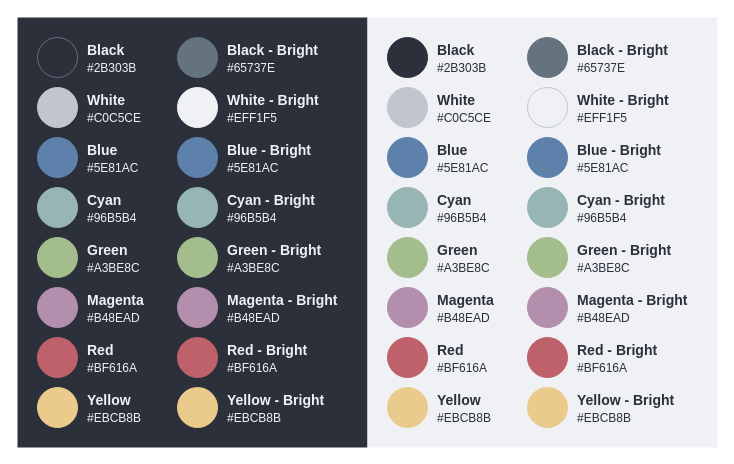
Before: _/base16.drawio in kieranpotts/ocean, a draw.io diagram. Source tidied: cells renumbered, new cells numbered last; positions are measured from the earlier drawing's top-left corner, leaving out a move shared by most shapes. Both pictures are drawn from the tidied source at 100%, with x=0, y=0 at pixel (17, 17).
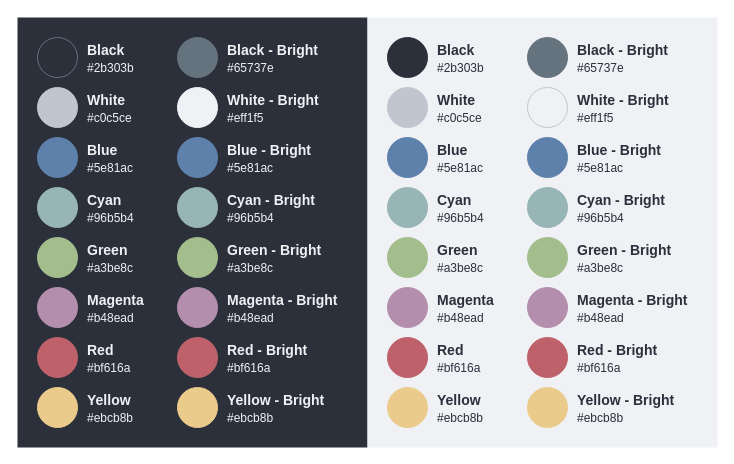
The same page after the edit.

The edit, as a diff of the source:
```diff
@@
-    <mxCell id="11" value="&lt;b&gt;Black&lt;/b&gt;&lt;br&gt;&lt;font style=&quot;font-size: 12px;&quot;&gt;#2B303B&lt;/font&gt;" style="text;html=1;strokeColor=none;fillColor=none;align=left;verticalAlign=top;whiteSpace=wrap;rounded=0;fontColor=#EFF1F5;spacing=0;fontSize=14;" parent="1" vertex="1">
+    <mxCell id="11" value="&lt;b&gt;Black&lt;/b&gt;&lt;br&gt;&lt;font style=&quot;font-size: 12px;&quot;&gt;#2b303b&lt;/font&gt;" style="text;html=1;strokeColor=none;fillColor=none;align=left;verticalAlign=top;whiteSpace=wrap;rounded=0;fontColor=#EFF1F5;spacing=0;fontSize=14;" parent="1" vertex="1">
       <mxGeometry x="70" y="20" width="90" height="40" as="geometry" />
     </mxCell>
-    <mxCell id="12" value="&lt;b&gt;Blue&lt;/b&gt;&lt;br&gt;&lt;font style=&quot;font-size: 12px;&quot;&gt;#5E81AC&lt;/font&gt;" style="text;html=1;strokeColor=none;fillColor=none;align=left;verticalAlign=top;whiteSpace=wrap;rounded=0;fontColor=#EFF1F5;spacing=0;fontSize=14;" parent="1" vertex="1">
+    <mxCell id="12" value="&lt;b&gt;Blue&lt;/b&gt;&lt;br&gt;&lt;font style=&quot;font-size: 12px;&quot;&gt;#5e81ac&lt;/font&gt;" style="text;html=1;strokeColor=none;fillColor=none;align=left;verticalAlign=top;whiteSpace=wrap;rounded=0;fontColor=#EFF1F5;spacing=0;fontSize=14;" parent="1" vertex="1">
       <mxGeometry x="70" y="120" width="90" height="40" as="geometry" />
     </mxCell>
-    <mxCell id="13" value="&lt;b&gt;Cyan&lt;/b&gt;&lt;br&gt;&lt;font style=&quot;font-size: 12px;&quot;&gt;#96B5B4&lt;/font&gt;" style="text;html=1;strokeColor=none;fillColor=none;align=left;verticalAlign=top;whiteSpace=wrap;rounded=0;fontColor=#EFF1F5;spacing=0;fontSize=14;" parent="1" vertex="1">
+    <mxCell id="13" value="&lt;b&gt;Cyan&lt;/b&gt;&lt;br&gt;&lt;font style=&quot;font-size: 12px;&quot;&gt;#96b5b4&lt;/font&gt;" style="text;html=1;strokeColor=none;fillColor=none;align=left;verticalAlign=top;whiteSpace=wrap;rounded=0;fontColor=#EFF1F5;spacing=0;fontSize=14;" parent="1" vertex="1">
       <mxGeometry x="70" y="170" width="90" height="40" as="geometry" />
     </mxCell>
-    <mxCell id="14" value="&lt;b&gt;Green&lt;/b&gt;&lt;br&gt;&lt;font style=&quot;font-size: 12px;&quot;&gt;#A3BE8C&lt;/font&gt;" style="text;html=1;strokeColor=none;fillColor=none;align=left;verticalAlign=top;whiteSpace=wrap;rounded=0;fontColor=#EFF1F5;spacing=0;fontSize=14;" parent="1" vertex="1">
+    <mxCell id="14" value="&lt;b&gt;Green&lt;/b&gt;&lt;br&gt;&lt;font style=&quot;font-size: 12px;&quot;&gt;#a3be8c&lt;/font&gt;" style="text;html=1;strokeColor=none;fillColor=none;align=left;verticalAlign=top;whiteSpace=wrap;rounded=0;fontColor=#EFF1F5;spacing=0;fontSize=14;" parent="1" vertex="1">
       <mxGeometry x="70" y="220" width="90" height="40" as="geometry" />
     </mxCell>
-    <mxCell id="15" value="&lt;b&gt;Magenta&lt;/b&gt;&lt;br&gt;&lt;font style=&quot;font-size: 12px;&quot;&gt;#B48EAD&lt;/font&gt;" style="text;html=1;strokeColor=none;fillColor=none;align=left;verticalAlign=top;whiteSpace=wrap;rounded=0;fontColor=#EFF1F5;spacing=0;fontSize=14;" parent="1" vertex="1">
+    <mxCell id="15" value="&lt;b&gt;Magenta&lt;/b&gt;&lt;br&gt;&lt;font style=&quot;font-size: 12px;&quot;&gt;#b48ead&lt;/font&gt;" style="text;html=1;strokeColor=none;fillColor=none;align=left;verticalAlign=top;whiteSpace=wrap;rounded=0;fontColor=#EFF1F5;spacing=0;fontSize=14;" parent="1" vertex="1">
       <mxGeometry x="70" y="270" width="90" height="40" as="geometry" />
     </mxCell>
-    <mxCell id="16" value="&lt;b&gt;Red&lt;/b&gt;&lt;br&gt;&lt;font style=&quot;font-size: 12px;&quot;&gt;#BF616A&lt;/font&gt;" style="text;html=1;strokeColor=none;fillColor=none;align=left;verticalAlign=top;whiteSpace=wrap;rounded=0;fontColor=#EFF1F5;spacing=0;fontSize=14;" parent="1" vertex="1">
+    <mxCell id="16" value="&lt;b&gt;Red&lt;/b&gt;&lt;br&gt;&lt;font style=&quot;font-size: 12px;&quot;&gt;#bf616a&lt;/font&gt;" style="text;html=1;strokeColor=none;fillColor=none;align=left;verticalAlign=top;whiteSpace=wrap;rounded=0;fontColor=#EFF1F5;spacing=0;fontSize=14;" parent="1" vertex="1">
       <mxGeometry x="70" y="320" width="90" height="40" as="geometry" />
     </mxCell>
-    <mxCell id="17" value="&lt;b&gt;White&lt;/b&gt;&lt;br&gt;&lt;font style=&quot;font-size: 12px;&quot;&gt;#C0C5CE&lt;/font&gt;" style="text;html=1;strokeColor=none;fillColor=none;align=left;verticalAlign=top;whiteSpace=wrap;rounded=0;fontColor=#EFF1F5;spacing=0;fontSize=14;" parent="1" vertex="1">
+    <mxCell id="17" value="&lt;b&gt;White&lt;/b&gt;&lt;br&gt;&lt;font style=&quot;font-size: 12px;&quot;&gt;#c0c5ce&lt;/font&gt;" style="text;html=1;strokeColor=none;fillColor=none;align=left;verticalAlign=top;whiteSpace=wrap;rounded=0;fontColor=#EFF1F5;spacing=0;fontSize=14;" parent="1" vertex="1">
       <mxGeometry x="70" y="70" width="90" height="40" as="geometry" />
     </mxCell>
-    <mxCell id="18" value="&lt;b&gt;Yellow&lt;/b&gt;&lt;br&gt;&lt;font style=&quot;font-size: 12px;&quot;&gt;#EBCB8B&lt;/font&gt;" style="text;html=1;strokeColor=none;fillColor=none;align=left;verticalAlign=top;whiteSpace=wrap;rounded=0;fontColor=#EFF1F5;spacing=0;fontSize=14;" parent="1" vertex="1">
+    <mxCell id="18" value="&lt;b&gt;Yellow&lt;/b&gt;&lt;br&gt;&lt;font style=&quot;font-size: 12px;&quot;&gt;#ebcb8b&lt;/font&gt;" style="text;html=1;strokeColor=none;fillColor=none;align=left;verticalAlign=top;whiteSpace=wrap;rounded=0;fontColor=#EFF1F5;spacing=0;fontSize=14;" parent="1" vertex="1">
       <mxGeometry x="70" y="370" width="90" height="40" as="geometry" />
     </mxCell>
@@
-    <mxCell id="27" value="&lt;b&gt;Black - Bright&lt;/b&gt;&lt;br&gt;&lt;font style=&quot;font-size: 12px;&quot;&gt;#65737E&lt;/font&gt;" style="text;html=1;strokeColor=none;fillColor=none;align=left;verticalAlign=top;whiteSpace=wrap;rounded=0;fontColor=#EFF1F5;spacing=0;fontSize=14;" parent="1" vertex="1">
+    <mxCell id="27" value="&lt;b&gt;Black - Bright&lt;/b&gt;&lt;br&gt;&lt;font style=&quot;font-size: 12px;&quot;&gt;#65737e&lt;/font&gt;" style="text;html=1;strokeColor=none;fillColor=none;align=left;verticalAlign=top;whiteSpace=wrap;rounded=0;fontColor=#EFF1F5;spacing=0;fontSize=14;" parent="1" vertex="1">
       <mxGeometry x="210" y="20" width="120" height="40" as="geometry" />
     </mxCell>
-    <mxCell id="28" value="&lt;b&gt;Blue - Bright&lt;/b&gt;&lt;br&gt;&lt;font style=&quot;font-size: 12px;&quot;&gt;#5E81AC&lt;/font&gt;" style="text;html=1;strokeColor=none;fillColor=none;align=left;verticalAlign=top;whiteSpace=wrap;rounded=0;fontColor=#EFF1F5;spacing=0;fontSize=14;" parent="1" vertex="1">
+    <mxCell id="28" value="&lt;b&gt;Blue - Bright&lt;/b&gt;&lt;br&gt;&lt;font style=&quot;font-size: 12px;&quot;&gt;#&lt;/font&gt;&lt;span style=&quot;font-size: 12px;&quot;&gt;5e81ac&lt;/span&gt;" style="text;html=1;strokeColor=none;fillColor=none;align=left;verticalAlign=top;whiteSpace=wrap;rounded=0;fontColor=#EFF1F5;spacing=0;fontSize=14;" parent="1" vertex="1">
       <mxGeometry x="210" y="120" width="120" height="40" as="geometry" />
     </mxCell>
-    <mxCell id="29" value="&lt;b&gt;Cyan - Bright&lt;/b&gt;&lt;br&gt;&lt;font style=&quot;font-size: 12px;&quot;&gt;#96B5B4&lt;/font&gt;" style="text;html=1;strokeColor=none;fillColor=none;align=left;verticalAlign=top;whiteSpace=wrap;rounded=0;fontColor=#EFF1F5;spacing=0;fontSize=14;" parent="1" vertex="1">
+    <mxCell id="29" value="&lt;b&gt;Cyan - Bright&lt;/b&gt;&lt;br&gt;&lt;font style=&quot;font-size: 12px;&quot;&gt;#&lt;/font&gt;&lt;span style=&quot;font-size: 12px;&quot;&gt;96b5b4&lt;/span&gt;" style="text;html=1;strokeColor=none;fillColor=none;align=left;verticalAlign=top;whiteSpace=wrap;rounded=0;fontColor=#EFF1F5;spacing=0;fontSize=14;" parent="1" vertex="1">
       <mxGeometry x="210" y="170" width="120" height="40" as="geometry" />
     </mxCell>
-    <mxCell id="30" value="&lt;b&gt;Green - Bright&lt;/b&gt;&lt;br&gt;&lt;font style=&quot;font-size: 12px;&quot;&gt;#A3BE8C&lt;/font&gt;" style="text;html=1;strokeColor=none;fillColor=none;align=left;verticalAlign=top;whiteSpace=wrap;rounded=0;fontColor=#EFF1F5;spacing=0;fontSize=14;" parent="1" vertex="1">
+    <mxCell id="30" value="&lt;b&gt;Green - Bright&lt;/b&gt;&lt;br&gt;&lt;font style=&quot;font-size: 12px;&quot;&gt;#&lt;/font&gt;&lt;span style=&quot;font-size: 12px;&quot;&gt;a3be8c&lt;/span&gt;" style="text;html=1;strokeColor=none;fillColor=none;align=left;verticalAlign=top;whiteSpace=wrap;rounded=0;fontColor=#EFF1F5;spacing=0;fontSize=14;" parent="1" vertex="1">
       <mxGeometry x="210" y="220" width="120" height="40" as="geometry" />
     </mxCell>
-    <mxCell id="31" value="&lt;b&gt;Magenta - Bright&lt;/b&gt;&lt;br&gt;&lt;font style=&quot;font-size: 12px;&quot;&gt;#B48EAD&lt;/font&gt;" style="text;html=1;strokeColor=none;fillColor=none;align=left;verticalAlign=top;whiteSpace=wrap;rounded=0;fontColor=#EFF1F5;spacing=0;fontSize=14;" parent="1" vertex="1">
+    <mxCell id="31" value="&lt;b&gt;Magenta - Bright&lt;/b&gt;&lt;br&gt;&lt;font style=&quot;font-size: 12px;&quot;&gt;#&lt;/font&gt;&lt;span style=&quot;font-size: 12px;&quot;&gt;b48ead&lt;/span&gt;" style="text;html=1;strokeColor=none;fillColor=none;align=left;verticalAlign=top;whiteSpace=wrap;rounded=0;fontColor=#EFF1F5;spacing=0;fontSize=14;" parent="1" vertex="1">
       <mxGeometry x="210" y="270" width="120" height="40" as="geometry" />
     </mxCell>
-    <mxCell id="32" value="&lt;b&gt;Red - Bright&lt;/b&gt;&lt;br&gt;&lt;font style=&quot;font-size: 12px;&quot;&gt;#BF616A&lt;/font&gt;" style="text;html=1;strokeColor=none;fillColor=none;align=left;verticalAlign=top;whiteSpace=wrap;rounded=0;fontColor=#EFF1F5;spacing=0;fontSize=14;" parent="1" vertex="1">
+    <mxCell id="32" value="&lt;b&gt;Red - Bright&lt;/b&gt;&lt;br&gt;&lt;font style=&quot;font-size: 12px;&quot;&gt;#&lt;/font&gt;&lt;span style=&quot;font-size: 12px;&quot;&gt;bf616a&lt;/span&gt;" style="text;html=1;strokeColor=none;fillColor=none;align=left;verticalAlign=top;whiteSpace=wrap;rounded=0;fontColor=#EFF1F5;spacing=0;fontSize=14;" parent="1" vertex="1">
       <mxGeometry x="210" y="320" width="120" height="40" as="geometry" />
     </mxCell>
-    <mxCell id="33" value="&lt;b&gt;White - Bright&lt;/b&gt;&lt;br&gt;&lt;font style=&quot;font-size: 12px;&quot;&gt;#EFF1F5&lt;/font&gt;" style="text;html=1;strokeColor=none;fillColor=none;align=left;verticalAlign=top;whiteSpace=wrap;rounded=0;fontColor=#EFF1F5;spacing=0;fontSize=14;" parent="1" vertex="1">
+    <mxCell id="33" value="&lt;b&gt;White - Bright&lt;/b&gt;&lt;br&gt;&lt;font style=&quot;font-size: 12px;&quot;&gt;#eff1f5&lt;/font&gt;" style="text;html=1;strokeColor=none;fillColor=none;align=left;verticalAlign=top;whiteSpace=wrap;rounded=0;fontColor=#EFF1F5;spacing=0;fontSize=14;" parent="1" vertex="1">
       <mxGeometry x="210" y="70" width="120" height="40" as="geometry" />
     </mxCell>
-    <mxCell id="34" value="&lt;b&gt;Yellow - Bright&lt;/b&gt;&lt;br&gt;&lt;font style=&quot;font-size: 12px;&quot;&gt;#EBCB8B&lt;/font&gt;" style="text;html=1;strokeColor=none;fillColor=none;align=left;verticalAlign=top;whiteSpace=wrap;rounded=0;fontColor=#EFF1F5;spacing=0;fontSize=14;" parent="1" vertex="1">
+    <mxCell id="34" value="&lt;b&gt;Yellow - Bright&lt;/b&gt;&lt;br&gt;&lt;font style=&quot;font-size: 12px;&quot;&gt;#&lt;/font&gt;&lt;span style=&quot;font-size: 12px;&quot;&gt;ebcb8b&lt;/span&gt;" style="text;html=1;strokeColor=none;fillColor=none;align=left;verticalAlign=top;whiteSpace=wrap;rounded=0;fontColor=#EFF1F5;spacing=0;fontSize=14;" parent="1" vertex="1">
       <mxGeometry x="210" y="370" width="120" height="40" as="geometry" />
     </mxCell>
@@
-    <mxCell id="44" value="&lt;b&gt;Black&lt;/b&gt;&lt;br&gt;&lt;font style=&quot;font-size: 12px;&quot;&gt;#2B303B&lt;/font&gt;" style="text;html=1;strokeColor=none;fillColor=none;align=left;verticalAlign=top;whiteSpace=wrap;rounded=0;fontColor=#2B303B;spacing=0;fontSize=14;" parent="1" vertex="1">
+    <mxCell id="44" value="&lt;b&gt;Black&lt;/b&gt;&lt;br&gt;&lt;font style=&quot;font-size: 12px;&quot;&gt;#2b303b&lt;/font&gt;" style="text;html=1;strokeColor=none;fillColor=none;align=left;verticalAlign=top;whiteSpace=wrap;rounded=0;fontColor=#2B303B;spacing=0;fontSize=14;" parent="1" vertex="1">
       <mxGeometry x="420" y="20" width="90" height="40" as="geometry" />
     </mxCell>
-    <mxCell id="45" value="&lt;b&gt;Blue&lt;/b&gt;&lt;br&gt;&lt;font style=&quot;font-size: 12px;&quot;&gt;#5E81AC&lt;/font&gt;" style="text;html=1;strokeColor=none;fillColor=none;align=left;verticalAlign=top;whiteSpace=wrap;rounded=0;fontColor=#2B303B;spacing=0;fontSize=14;" parent="1" vertex="1">
+    <mxCell id="45" value="&lt;b&gt;Blue&lt;/b&gt;&lt;br&gt;&lt;font style=&quot;font-size: 12px;&quot;&gt;#5e81ac&lt;/font&gt;" style="text;html=1;strokeColor=none;fillColor=none;align=left;verticalAlign=top;whiteSpace=wrap;rounded=0;fontColor=#2B303B;spacing=0;fontSize=14;" parent="1" vertex="1">
       <mxGeometry x="420" y="120" width="90" height="40" as="geometry" />
     </mxCell>
-    <mxCell id="46" value="&lt;b&gt;Cyan&lt;/b&gt;&lt;br&gt;&lt;font style=&quot;font-size: 12px;&quot;&gt;#96B5B4&lt;/font&gt;" style="text;html=1;strokeColor=none;fillColor=none;align=left;verticalAlign=top;whiteSpace=wrap;rounded=0;fontColor=#2B303B;spacing=0;fontSize=14;" parent="1" vertex="1">
+    <mxCell id="46" value="&lt;b&gt;Cyan&lt;/b&gt;&lt;br&gt;&lt;font style=&quot;font-size: 12px;&quot;&gt;#96b5b4&lt;/font&gt;" style="text;html=1;strokeColor=none;fillColor=none;align=left;verticalAlign=top;whiteSpace=wrap;rounded=0;fontColor=#2B303B;spacing=0;fontSize=14;" parent="1" vertex="1">
       <mxGeometry x="420" y="170" width="90" height="40" as="geometry" />
     </mxCell>
-    <mxCell id="47" value="&lt;b&gt;Green&lt;/b&gt;&lt;br&gt;&lt;font style=&quot;font-size: 12px;&quot;&gt;#A3BE8C&lt;/font&gt;" style="text;html=1;strokeColor=none;fillColor=none;align=left;verticalAlign=top;whiteSpace=wrap;rounded=0;fontColor=#2B303B;spacing=0;fontSize=14;" parent="1" vertex="1">
+    <mxCell id="47" value="&lt;b&gt;Green&lt;/b&gt;&lt;br&gt;&lt;font style=&quot;font-size: 12px;&quot;&gt;#a3be8c&lt;/font&gt;" style="text;html=1;strokeColor=none;fillColor=none;align=left;verticalAlign=top;whiteSpace=wrap;rounded=0;fontColor=#2B303B;spacing=0;fontSize=14;" parent="1" vertex="1">
       <mxGeometry x="420" y="220" width="90" height="40" as="geometry" />
     </mxCell>
-    <mxCell id="48" value="&lt;b&gt;Magenta&lt;/b&gt;&lt;br&gt;&lt;font style=&quot;font-size: 12px;&quot;&gt;#B48EAD&lt;/font&gt;" style="text;html=1;strokeColor=none;fillColor=none;align=left;verticalAlign=top;whiteSpace=wrap;rounded=0;fontColor=#2B303B;spacing=0;fontSize=14;" parent="1" vertex="1">
+    <mxCell id="48" value="&lt;b&gt;Magenta&lt;/b&gt;&lt;br&gt;&lt;font style=&quot;font-size: 12px;&quot;&gt;#b48ead&lt;/font&gt;" style="text;html=1;strokeColor=none;fillColor=none;align=left;verticalAlign=top;whiteSpace=wrap;rounded=0;fontColor=#2B303B;spacing=0;fontSize=14;" parent="1" vertex="1">
       <mxGeometry x="420" y="270" width="90" height="40" as="geometry" />
     </mxCell>
-    <mxCell id="49" value="&lt;b&gt;Red&lt;/b&gt;&lt;br&gt;&lt;font style=&quot;font-size: 12px;&quot;&gt;#BF616A&lt;/font&gt;" style="text;html=1;strokeColor=none;fillColor=none;align=left;verticalAlign=top;whiteSpace=wrap;rounded=0;fontColor=#2B303B;spacing=0;fontSize=14;" parent="1" vertex="1">
+    <mxCell id="49" value="&lt;b&gt;Red&lt;/b&gt;&lt;br&gt;&lt;font style=&quot;font-size: 12px;&quot;&gt;#bf616a&lt;/font&gt;" style="text;html=1;strokeColor=none;fillColor=none;align=left;verticalAlign=top;whiteSpace=wrap;rounded=0;fontColor=#2B303B;spacing=0;fontSize=14;" parent="1" vertex="1">
       <mxGeometry x="420" y="320" width="90" height="40" as="geometry" />
     </mxCell>
-    <mxCell id="50" value="&lt;b&gt;White&lt;/b&gt;&lt;br&gt;&lt;font style=&quot;font-size: 12px;&quot;&gt;#C0C5CE&lt;/font&gt;" style="text;html=1;strokeColor=none;fillColor=none;align=left;verticalAlign=top;whiteSpace=wrap;rounded=0;fontColor=#2B303B;spacing=0;fontSize=14;" parent="1" vertex="1">
+    <mxCell id="50" value="&lt;b&gt;White&lt;/b&gt;&lt;br&gt;&lt;font style=&quot;font-size: 12px;&quot;&gt;#c0c5ce&lt;/font&gt;" style="text;html=1;strokeColor=none;fillColor=none;align=left;verticalAlign=top;whiteSpace=wrap;rounded=0;fontColor=#2B303B;spacing=0;fontSize=14;" parent="1" vertex="1">
       <mxGeometry x="420" y="70" width="90" height="40" as="geometry" />
     </mxCell>
-    <mxCell id="51" value="&lt;b&gt;Yellow&lt;/b&gt;&lt;br&gt;&lt;font style=&quot;font-size: 12px;&quot;&gt;#EBCB8B&lt;/font&gt;" style="text;html=1;strokeColor=none;fillColor=none;align=left;verticalAlign=top;whiteSpace=wrap;rounded=0;fontColor=#2B303B;spacing=0;fontSize=14;" parent="1" vertex="1">
+    <mxCell id="51" value="&lt;b&gt;Yellow&lt;/b&gt;&lt;br&gt;&lt;font style=&quot;font-size: 12px;&quot;&gt;#ebcb8b&lt;/font&gt;" style="text;html=1;strokeColor=none;fillColor=none;align=left;verticalAlign=top;whiteSpace=wrap;rounded=0;fontColor=#2B303B;spacing=0;fontSize=14;" parent="1" vertex="1">
       <mxGeometry x="420" y="370" width="90" height="40" as="geometry" />
     </mxCell>
@@
-    <mxCell id="60" value="&lt;b&gt;Black - Bright&lt;/b&gt;&lt;br&gt;&lt;font style=&quot;font-size: 12px;&quot;&gt;#65737E&lt;/font&gt;" style="text;html=1;strokeColor=none;fillColor=none;align=left;verticalAlign=top;whiteSpace=wrap;rounded=0;fontColor=#2B303B;spacing=0;fontSize=14;" parent="1" vertex="1">
+    <mxCell id="60" value="&lt;b&gt;Black - Bright&lt;/b&gt;&lt;br&gt;&lt;font style=&quot;font-size: 12px;&quot;&gt;#65737e&lt;/font&gt;" style="text;html=1;strokeColor=none;fillColor=none;align=left;verticalAlign=top;whiteSpace=wrap;rounded=0;fontColor=#2B303B;spacing=0;fontSize=14;" parent="1" vertex="1">
       <mxGeometry x="560" y="20" width="120" height="40" as="geometry" />
     </mxCell>
-    <mxCell id="61" value="&lt;b&gt;Blue - Bright&lt;/b&gt;&lt;br&gt;&lt;font style=&quot;font-size: 12px;&quot;&gt;#5E81AC&lt;/font&gt;" style="text;html=1;strokeColor=none;fillColor=none;align=left;verticalAlign=top;whiteSpace=wrap;rounded=0;fontColor=#2B303B;spacing=0;fontSize=14;" parent="1" vertex="1">
+    <mxCell id="61" value="&lt;b&gt;Blue - Bright&lt;/b&gt;&lt;br&gt;&lt;font style=&quot;font-size: 12px;&quot;&gt;#&lt;/font&gt;&lt;span style=&quot;font-size: 12px;&quot;&gt;5e81ac&lt;/span&gt;" style="text;html=1;strokeColor=none;fillColor=none;align=left;verticalAlign=top;whiteSpace=wrap;rounded=0;fontColor=#2B303B;spacing=0;fontSize=14;" parent="1" vertex="1">
       <mxGeometry x="560" y="120" width="120" height="40" as="geometry" />
     </mxCell>
-    <mxCell id="62" value="&lt;b&gt;Cyan - Bright&lt;/b&gt;&lt;br&gt;&lt;font style=&quot;font-size: 12px;&quot;&gt;#96B5B4&lt;/font&gt;" style="text;html=1;strokeColor=none;fillColor=none;align=left;verticalAlign=top;whiteSpace=wrap;rounded=0;fontColor=#2B303B;spacing=0;fontSize=14;" parent="1" vertex="1">
+    <mxCell id="62" value="&lt;b&gt;Cyan - Bright&lt;/b&gt;&lt;br&gt;&lt;font style=&quot;font-size: 12px;&quot;&gt;#&lt;/font&gt;&lt;span style=&quot;font-size: 12px;&quot;&gt;96b5b4&lt;/span&gt;" style="text;html=1;strokeColor=none;fillColor=none;align=left;verticalAlign=top;whiteSpace=wrap;rounded=0;fontColor=#2B303B;spacing=0;fontSize=14;" parent="1" vertex="1">
       <mxGeometry x="560" y="170" width="120" height="40" as="geometry" />
     </mxCell>
-    <mxCell id="63" value="&lt;b&gt;Green - Bright&lt;/b&gt;&lt;br&gt;&lt;font style=&quot;font-size: 12px;&quot;&gt;#A3BE8C&lt;/font&gt;" style="text;html=1;strokeColor=none;fillColor=none;align=left;verticalAlign=top;whiteSpace=wrap;rounded=0;fontColor=#2B303B;spacing=0;fontSize=14;" parent="1" vertex="1">
+    <mxCell id="63" value="&lt;b&gt;Green - Bright&lt;/b&gt;&lt;br&gt;&lt;font style=&quot;font-size: 12px;&quot;&gt;#&lt;/font&gt;&lt;span style=&quot;font-size: 12px;&quot;&gt;a3be8c&lt;/span&gt;" style="text;html=1;strokeColor=none;fillColor=none;align=left;verticalAlign=top;whiteSpace=wrap;rounded=0;fontColor=#2B303B;spacing=0;fontSize=14;" parent="1" vertex="1">
       <mxGeometry x="560" y="220" width="120" height="40" as="geometry" />
     </mxCell>
-    <mxCell id="64" value="&lt;b&gt;Magenta - Bright&lt;/b&gt;&lt;br&gt;&lt;font style=&quot;font-size: 12px;&quot;&gt;#B48EAD&lt;/font&gt;" style="text;html=1;strokeColor=none;fillColor=none;align=left;verticalAlign=top;whiteSpace=wrap;rounded=0;fontColor=#2B303B;spacing=0;fontSize=14;" parent="1" vertex="1">
+    <mxCell id="64" value="&lt;b&gt;Magenta - Bright&lt;/b&gt;&lt;br&gt;&lt;font style=&quot;font-size: 12px;&quot;&gt;#&lt;/font&gt;&lt;span style=&quot;font-size: 12px;&quot;&gt;b48ead&lt;/span&gt;" style="text;html=1;strokeColor=none;fillColor=none;align=left;verticalAlign=top;whiteSpace=wrap;rounded=0;fontColor=#2B303B;spacing=0;fontSize=14;" parent="1" vertex="1">
       <mxGeometry x="560" y="270" width="120" height="40" as="geometry" />
     </mxCell>
-    <mxCell id="65" value="&lt;b&gt;Red - Bright&lt;/b&gt;&lt;br&gt;&lt;font style=&quot;font-size: 12px;&quot;&gt;#BF616A&lt;/font&gt;" style="text;html=1;strokeColor=none;fillColor=none;align=left;verticalAlign=top;whiteSpace=wrap;rounded=0;fontColor=#2B303B;spacing=0;fontSize=14;" parent="1" vertex="1">
+    <mxCell id="65" value="&lt;b&gt;Red - Bright&lt;/b&gt;&lt;br&gt;&lt;font style=&quot;font-size: 12px;&quot;&gt;#&lt;/font&gt;&lt;span style=&quot;font-size: 12px;&quot;&gt;bf616a&lt;/span&gt;" style="text;html=1;strokeColor=none;fillColor=none;align=left;verticalAlign=top;whiteSpace=wrap;rounded=0;fontColor=#2B303B;spacing=0;fontSize=14;" parent="1" vertex="1">
       <mxGeometry x="560" y="320" width="120" height="40" as="geometry" />
     </mxCell>
-    <mxCell id="66" value="&lt;b&gt;White - Bright&lt;/b&gt;&lt;br&gt;&lt;font style=&quot;font-size: 12px;&quot;&gt;#EFF1F5&lt;/font&gt;" style="text;html=1;strokeColor=none;fillColor=none;align=left;verticalAlign=top;whiteSpace=wrap;rounded=0;fontColor=#2B303B;spacing=0;fontSize=14;" parent="1" vertex="1">
+    <mxCell id="66" value="&lt;b&gt;White - Bright&lt;/b&gt;&lt;br&gt;&lt;font style=&quot;font-size: 12px;&quot;&gt;#eff1f5&lt;/font&gt;" style="text;html=1;strokeColor=none;fillColor=none;align=left;verticalAlign=top;whiteSpace=wrap;rounded=0;fontColor=#2B303B;spacing=0;fontSize=14;" parent="1" vertex="1">
       <mxGeometry x="560" y="70" width="120" height="40" as="geometry" />
     </mxCell>
-    <mxCell id="67" value="&lt;b&gt;Yellow - Bright&lt;/b&gt;&lt;br&gt;&lt;font style=&quot;font-size: 12px;&quot;&gt;#EBCB8B&lt;/font&gt;" style="text;html=1;strokeColor=none;fillColor=none;align=left;verticalAlign=top;whiteSpace=wrap;rounded=0;fontColor=#2B303B;spacing=0;fontSize=14;" parent="1" vertex="1">
+    <mxCell id="67" value="&lt;b&gt;Yellow - Bright&lt;/b&gt;&lt;br&gt;&lt;font style=&quot;font-size: 12px;&quot;&gt;#&lt;/font&gt;&lt;span style=&quot;font-size: 12px;&quot;&gt;ebcb8b&lt;/span&gt;" style="text;html=1;strokeColor=none;fillColor=none;align=left;verticalAlign=top;whiteSpace=wrap;rounded=0;fontColor=#2B303B;spacing=0;fontSize=14;" parent="1" vertex="1">
       <mxGeometry x="560" y="370" width="120" height="40" as="geometry" />
     </mxCell>
```
